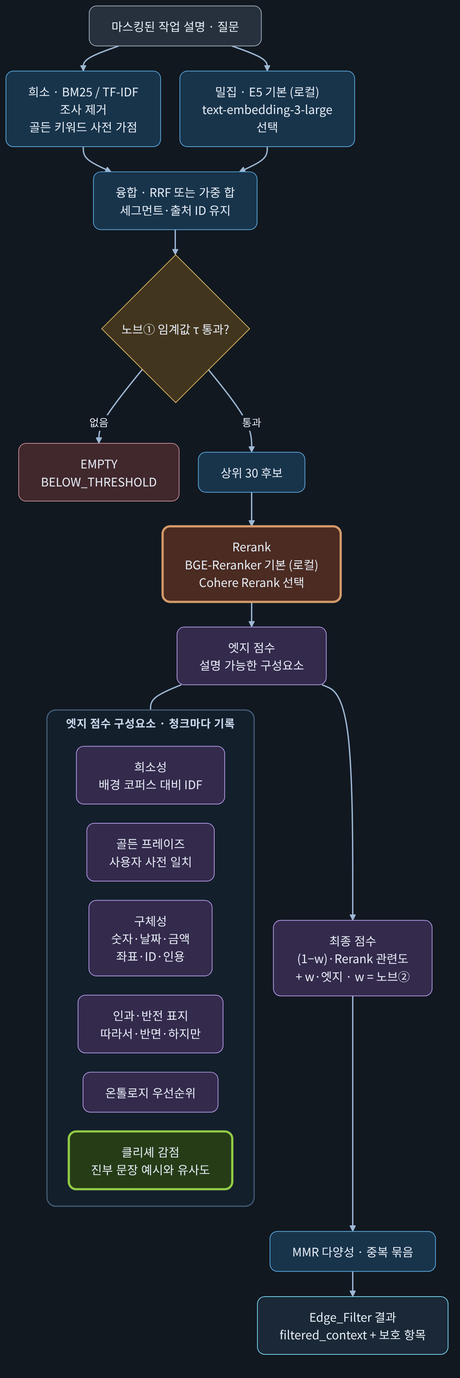
Before: docs/diagrams/04-hybrid-edge-scoring.png, a diagram exported from Mermaid (ai-agent-orchestrator/langchain-rag-research-agent). Its source is kept beside it as docs/diagrams/04-hybrid-edge-scoring.mmd. Its diagram source:
```mermaid
flowchart TB
  Q["마스킹된 작업 설명 · 질문"] --> SP["희소 · BM25 / TF-IDF<br/>조사 제거<br/>골든 키워드 사전 가점"]
  Q --> DN["밀집 · E5 기본 (로컬)<br/>text-embedding-3-large<br/>선택"]
  SP --> FU["융합 · RRF 또는 가중 합<br/>세그먼트·출처 ID 유지"]
  DN --> FU
  FU --> GT{"노브① 임계값 τ 통과?"}
  GT -->|"없음"| EM["EMPTY<br/>BELOW_THRESHOLD"]
  GT -->|"통과"| TOP["상위 30 후보"]
  TOP --> RR["Rerank<br/>BGE-Reranker 기본 (로컬)<br/>Cohere Rerank 선택"]
  RR --> ES["엣지 점수<br/>설명 가능한 구성요소"]
  subgraph EC["엣지 점수 구성요소 · 청크마다 기록"]
    direction LR
    E1["희소성<br/>배경 코퍼스 대비 IDF"]
    E2["골든 프레이즈<br/>사용자 사전 일치"]
    E3["구체성<br/>숫자·날짜·금액<br/>좌표·ID·인용"]
    E4["인과·반전 표지<br/>따라서·반면·하지만"]
    E5["온톨로지 우선순위"]
    E6["클리셰 감점<br/>진부 문장 예시와 유사도"]
  end
  ES --- EC
  ES --> SC["최종 점수<br/>(1−w)·Rerank 관련도<br/>+ w·엣지 · w = 노브②"]
  SC --> MMR["MMR 다양성 · 중복 묶음"]
  MMR --> OUT["Edge_Filter 결과<br/>filtered_context + 보호 항목"]
  classDef strategy fill:#173b3e,stroke:#66cfc8,color:#e6edf6;
  classDef architecture fill:#342a4c,stroke:#b39ae5,color:#e6edf6;
  classDef engineering fill:#18344b,stroke:#5ba7db,color:#e6edf6;
  classDef python fill:#26313d,stroke:#a1afbf,color:#e6edf6;
  classDef java fill:#1f3320,stroke:#8fcf86,color:#e6edf6;
  classDef guard fill:#263c17,stroke:#91cc45,stroke-width:3px,color:#e6edf6;
  classDef worker fill:#4b2b22,stroke:#d39a6a,stroke-width:3px,color:#e6edf6;
  classDef control fill:#42351e,stroke:#ddb965,color:#e6edf6;
  classDef result fill:#1a2837,stroke:#78d5ef,color:#e6edf6;
  classDef stop fill:#40282d,stroke:#c58b92,color:#e6edf6;
  class Q python;
  class SP,DN,FU engineering;
  class GT control;
  class EM stop;
  class TOP,MMR engineering;
  class RR worker;
  class ES,SC architecture;
  class E1,E2,E3,E4,E5 architecture;
  class E6 guard;
  class OUT result;
  style EC fill:#141f2c,stroke:#455f79,stroke-width:1.5px,color:#c9d8eb
```
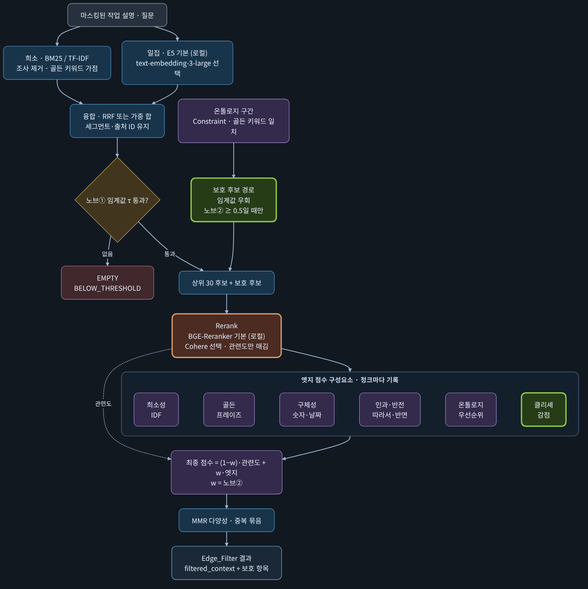
Later version of the same file.

The edit, as a diff of the source:
```diff
@@ -1,44 +1,39 @@
 flowchart TB
-  Q["마스킹된 작업 설명 · 질문"] --> SP["희소 · BM25 / TF-IDF<br/>조사 제거<br/>골든 키워드 사전 가점"]
-  Q --> DN["밀집 · E5 기본 (로컬)<br/>text-embedding-3-large<br/>선택"]
+  Q["마스킹된 작업 설명 · 질문"] --> SP["희소 · BM25 / TF-IDF<br/>조사 제거 · 골든 키워드 가점"]
+  Q --> DN["밀집 · E5 기본 (로컬)<br/>text-embedding-3-large 선택"]
   SP --> FU["융합 · RRF 또는 가중 합<br/>세그먼트·출처 ID 유지"]
   DN --> FU
   FU --> GT{"노브① 임계값 τ 통과?"}
+  ON["온톨로지 구간<br/>Constraint · 골든 키워드 일치"] --> PRT["보호 후보 경로<br/>임계값 우회<br/>노브② ≥ 0.5일 때만"]
   GT -->|"없음"| EM["EMPTY<br/>BELOW_THRESHOLD"]
-  GT -->|"통과"| TOP["상위 30 후보"]
-  TOP --> RR["Rerank<br/>BGE-Reranker 기본 (로컬)<br/>Cohere Rerank 선택"]
-  RR --> ES["엣지 점수<br/>설명 가능한 구성요소"]
+  GT -->|"통과"| TOP["상위 30 후보 + 보호 후보"]
+  PRT --> TOP
+  TOP --> RR["Rerank<br/>BGE-Reranker 기본 (로컬)<br/>Cohere 선택 · 관련도만 매김"]
+  RR --> EC
   subgraph EC["엣지 점수 구성요소 · 청크마다 기록"]
     direction LR
-    E1["희소성<br/>배경 코퍼스 대비 IDF"]
-    E2["골든 프레이즈<br/>사용자 사전 일치"]
-    E3["구체성<br/>숫자·날짜·금액<br/>좌표·ID·인용"]
-    E4["인과·반전 표지<br/>따라서·반면·하지만"]
-    E5["온톨로지 우선순위"]
-    E6["클리셰 감점<br/>진부 문장 예시와 유사도"]
+    E1["희소성<br/>IDF"] ~~~ E2["골든<br/>프레이즈"] ~~~ E3["구체성<br/>숫자·날짜"] ~~~ E4["인과·반전<br/>따라서·반면"] ~~~ E5["온톨로지<br/>우선순위"] ~~~ E6["클리셰<br/>감점"]
   end
-  ES --- EC
-  ES --> SC["최종 점수<br/>(1−w)·Rerank 관련도<br/>+ w·엣지 · w = 노브②"]
-  SC --> MMR["MMR 다양성 · 중복 묶음"]
-  MMR --> OUT["Edge_Filter 결과<br/>filtered_context + 보호 항목"]
+  EC --> SC["최종 점수 = (1−w)·관련도 + w·엣지<br/>w = 노브②"]
+  RR -.->|"관련도"| SC
+  SC --> MMR["MMR 다양성 · 중복 묶음"] --> OUT["Edge_Filter 결과<br/>filtered_context + 보호 항목"]
   classDef strategy fill:#173b3e,stroke:#66cfc8,color:#e6edf6;
   classDef architecture fill:#342a4c,stroke:#b39ae5,color:#e6edf6;
   classDef engineering fill:#18344b,stroke:#5ba7db,color:#e6edf6;
   classDef python fill:#26313d,stroke:#a1afbf,color:#e6edf6;
-  classDef java fill:#1f3320,stroke:#8fcf86,color:#e6edf6;
   classDef guard fill:#263c17,stroke:#91cc45,stroke-width:3px,color:#e6edf6;
   classDef worker fill:#4b2b22,stroke:#d39a6a,stroke-width:3px,color:#e6edf6;
   classDef control fill:#42351e,stroke:#ddb965,color:#e6edf6;
   classDef result fill:#1a2837,stroke:#78d5ef,color:#e6edf6;
   classDef stop fill:#40282d,stroke:#c58b92,color:#e6edf6;
   class Q python;
-  class SP,DN,FU engineering;
+  class SP,DN,FU,TOP,MMR engineering;
   class GT control;
   class EM stop;
-  class TOP,MMR engineering;
   class RR worker;
-  class ES,SC architecture;
+  class SC architecture;
   class E1,E2,E3,E4,E5 architecture;
-  class E6 guard;
+  class E6,PRT guard;
+  class ON architecture;
   class OUT result;
   style EC fill:#141f2c,stroke:#455f79,stroke-width:1.5px,color:#c9d8eb
```
